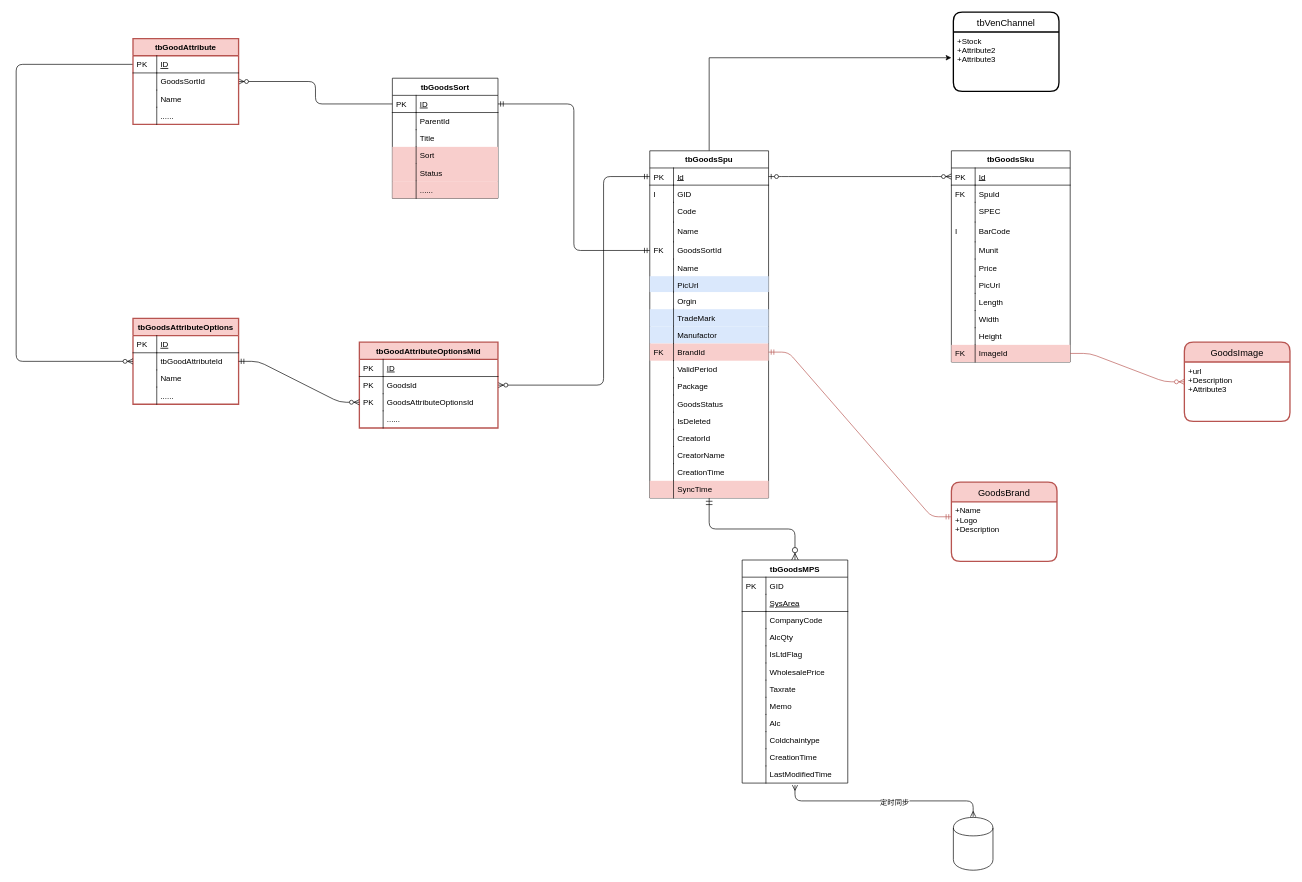
moxixuan/tbGoodsDesign keeps this draw.io diagram as 未命名绘图 的副本.drawio. Above is the earlier version. Source tidied: cells renumbered, new cells numbered last; positions are measured from the earlier drawing's top-left corner, leaving out a move shared by most shapes. Both pictures are drawn from the tidied source at 66%, with x=0, y=0 at pixel (16, 12).
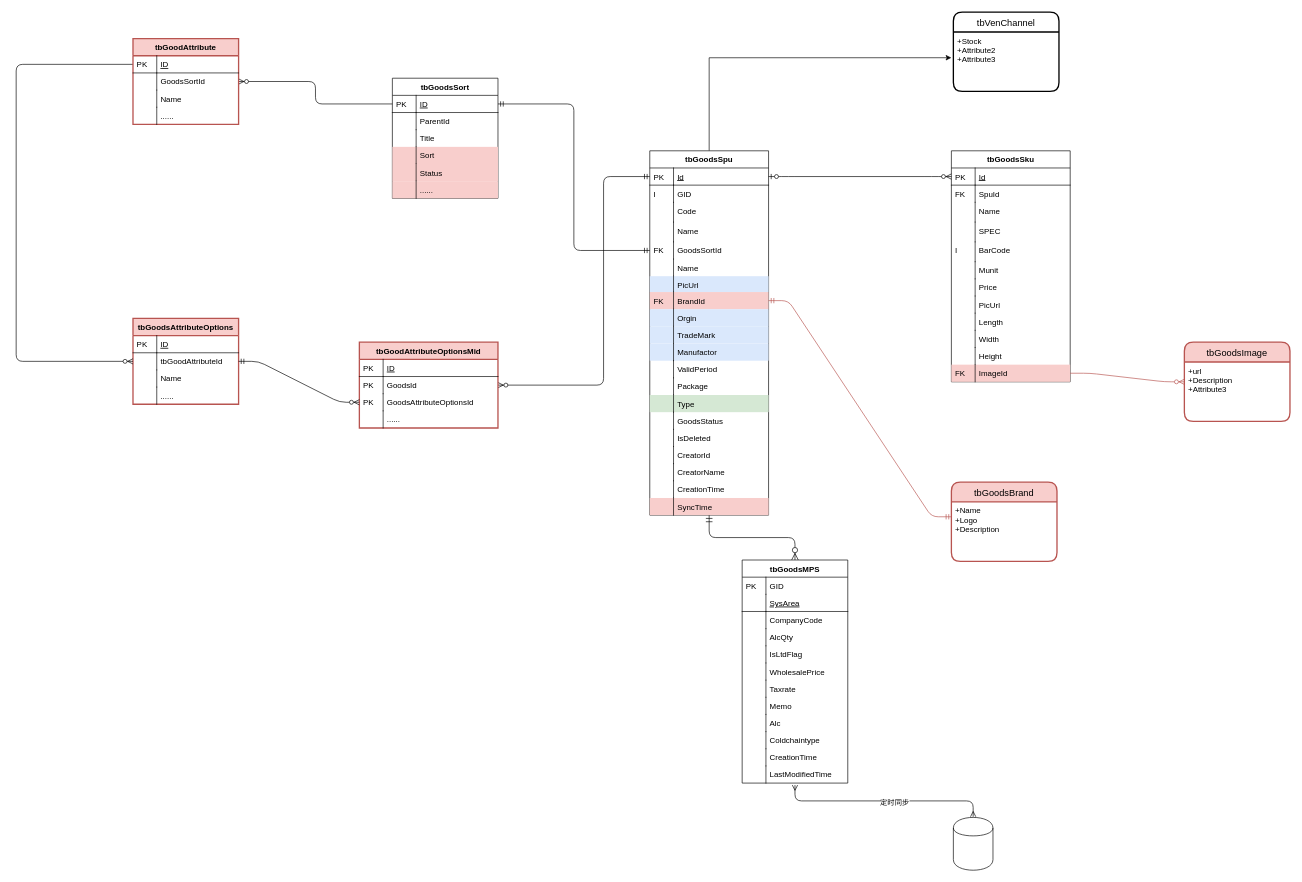
The same page after the edit.

Commit message:
更新未命名绘图 的副本.drawio

Change to the diagram source:
```diff
@@
     <mxCell id="4" value="tbGoodsSpu" style="swimlane;fontStyle=1;horizontal=1;startSize=26;rounded=0;shadow=0;strokeWidth=1;" parent="1" vertex="1">
-      <mxGeometry x="960" y="210" width="180" height="526" as="geometry" />
+      <mxGeometry x="960" y="210" width="180" height="552" as="geometry" />
     </mxCell>
@@
+    <mxCell id="25" value="BrandId" style="shape=partialRectangle;top=0;left=0;right=0;bottom=0;align=left;verticalAlign=top;fillColor=#f8cecc;spacingLeft=40;spacingRight=4;overflow=hidden;points=[[0,0.5],[1,0.5]];portConstraint=eastwest;rounded=0;shadow=0;strokeWidth=1;strokeColor=#b85450;" parent="4" vertex="1">
+      <mxGeometry y="214" width="180" height="26" as="geometry" />
+    </mxCell>
+    <mxCell id="26" value="FK" style="shape=partialRectangle;top=0;left=0;bottom=0;fillColor=none;align=left;verticalAlign=top;spacingLeft=4;spacingRight=4;overflow=hidden;" parent="25" vertex="1">
+      <mxGeometry width="36" height="26" as="geometry" />
+    </mxCell>
-    <mxCell id="19" value="Orgin" style="shape=partialRectangle;top=0;left=0;right=0;bottom=0;align=left;verticalAlign=top;fillColor=none;spacingLeft=40;spacingRight=4;overflow=hidden;rounded=0;shadow=0;strokeWidth=1;" parent="4" vertex="1">
-      <mxGeometry y="214" width="180" height="26" as="geometry" />
+    <mxCell id="19" value="Orgin" style="shape=partialRectangle;top=0;left=0;right=0;bottom=0;align=left;verticalAlign=top;fillColor=#dae8fc;spacingLeft=40;spacingRight=4;overflow=hidden;rounded=0;shadow=0;strokeWidth=1;strokeColor=#6c8ebf;" parent="4" vertex="1">
+      <mxGeometry y="240" width="180" height="26" as="geometry" />
     </mxCell>
@@
     <mxCell id="21" value="TradeMark" style="shape=partialRectangle;top=0;left=0;right=0;bottom=0;align=left;verticalAlign=top;fillColor=#dae8fc;spacingLeft=40;spacingRight=4;overflow=hidden;rounded=0;shadow=0;strokeWidth=1;strokeColor=#6c8ebf;" parent="4" vertex="1">
-      <mxGeometry y="240" width="180" height="26" as="geometry" />
+      <mxGeometry y="266" width="180" height="26" as="geometry" />
     </mxCell>
@@
     <mxCell id="23" value="Manufactor" style="shape=partialRectangle;top=0;left=0;right=0;bottom=0;align=left;verticalAlign=top;fillColor=#dae8fc;spacingLeft=40;spacingRight=4;overflow=hidden;rounded=0;shadow=0;strokeWidth=1;strokeColor=#6c8ebf;" parent="4" vertex="1">
-      <mxGeometry y="266" width="180" height="26" as="geometry" />
+      <mxGeometry y="292" width="180" height="26" as="geometry" />
     </mxCell>
@@
-    <mxCell id="25" value="BrandId" style="shape=partialRectangle;top=0;left=0;right=0;bottom=0;align=left;verticalAlign=top;fillColor=#f8cecc;spacingLeft=40;spacingRight=4;overflow=hidden;points=[[0,0.5],[1,0.5]];portConstraint=eastwest;rounded=0;shadow=0;strokeWidth=1;strokeColor=#b85450;" parent="4" vertex="1">
-      <mxGeometry y="292" width="180" height="26" as="geometry" />
-    </mxCell>
-    <mxCell id="26" value="FK" style="shape=partialRectangle;top=0;left=0;bottom=0;fillColor=none;align=left;verticalAlign=top;spacingLeft=4;spacingRight=4;overflow=hidden;" parent="25" vertex="1">
-      <mxGeometry width="36" height="26" as="geometry" />
-    </mxCell>
@@
+    <mxCell id="148" value="Type" style="shape=partialRectangle;top=0;left=0;right=0;bottom=0;align=left;verticalAlign=top;fillColor=#d5e8d4;spacingLeft=40;spacingRight=4;overflow=hidden;rounded=0;shadow=0;strokeWidth=1;strokeColor=#82b366;" parent="4" vertex="1">
+      <mxGeometry y="370" width="180" height="26" as="geometry" />
+    </mxCell>
+    <mxCell id="149" style="shape=partialRectangle;top=0;left=0;bottom=0;fillColor=none;align=left;verticalAlign=top;spacingLeft=4;spacingRight=4;overflow=hidden;" parent="148" vertex="1">
+      <mxGeometry width="36" height="26" as="geometry" />
+    </mxCell>
     <mxCell id="31" value="GoodsStatus" style="shape=partialRectangle;top=0;left=0;right=0;bottom=0;align=left;verticalAlign=top;fillColor=none;spacingLeft=40;spacingRight=4;overflow=hidden;rounded=0;shadow=0;strokeWidth=1;" parent="4" vertex="1">
-      <mxGeometry y="370" width="180" height="26" as="geometry" />
+      <mxGeometry y="396" width="180" height="26" as="geometry" />
     </mxCell>
@@
     <mxCell id="33" value="IsDeleted" style="shape=partialRectangle;top=0;left=0;right=0;bottom=0;align=left;verticalAlign=top;fillColor=none;spacingLeft=40;spacingRight=4;overflow=hidden;rounded=0;shadow=0;strokeWidth=1;" parent="4" vertex="1">
-      <mxGeometry y="396" width="180" height="26" as="geometry" />
+      <mxGeometry y="422" width="180" height="26" as="geometry" />
     </mxCell>
@@
     <mxCell id="35" value="CreatorId" style="shape=partialRectangle;top=0;left=0;right=0;bottom=0;align=left;verticalAlign=top;fillColor=none;spacingLeft=40;spacingRight=4;overflow=hidden;rounded=0;shadow=0;strokeWidth=1;" parent="4" vertex="1">
-      <mxGeometry y="422" width="180" height="26" as="geometry" />
+      <mxGeometry y="448" width="180" height="26" as="geometry" />
     </mxCell>
@@
     <mxCell id="37" value="CreatorName" style="shape=partialRectangle;top=0;left=0;right=0;bottom=0;align=left;verticalAlign=top;fillColor=none;spacingLeft=40;spacingRight=4;overflow=hidden;rounded=0;shadow=0;strokeWidth=1;" parent="4" vertex="1">
-      <mxGeometry y="448" width="180" height="26" as="geometry" />
+      <mxGeometry y="474" width="180" height="26" as="geometry" />
     </mxCell>
@@
     <mxCell id="39" value="CreationTime" style="shape=partialRectangle;top=0;left=0;right=0;bottom=0;align=left;verticalAlign=top;fillColor=none;spacingLeft=40;spacingRight=4;overflow=hidden;rounded=0;shadow=0;strokeWidth=1;" parent="4" vertex="1">
-      <mxGeometry y="474" width="180" height="26" as="geometry" />
+      <mxGeometry y="500" width="180" height="26" as="geometry" />
     </mxCell>
@@
     <mxCell id="41" value="SyncTime" style="shape=partialRectangle;top=0;left=0;right=0;bottom=0;align=left;verticalAlign=top;fillColor=#f8cecc;spacingLeft=40;spacingRight=4;overflow=hidden;rounded=0;shadow=0;strokeWidth=1;strokeColor=#b85450;" parent="4" vertex="1">
-      <mxGeometry y="500" width="180" height="26" as="geometry" />
+      <mxGeometry y="526" width="180" height="26" as="geometry" />
     </mxCell>
@@
     <mxCell id="43" value="tbGoodsSku" style="swimlane;fontStyle=1;horizontal=1;startSize=26;rounded=0;shadow=0;strokeWidth=1;" parent="1" vertex="1">
-      <mxGeometry x="1417" y="210" width="180" height="320" as="geometry" />
+      <mxGeometry x="1417" y="210" width="180" height="350" as="geometry" />
     </mxCell>
@@
+    <mxCell id="150" value="Name" style="shape=partialRectangle;top=0;left=0;right=0;bottom=0;align=left;verticalAlign=top;fillColor=none;spacingLeft=40;spacingRight=4;overflow=hidden;rounded=0;shadow=0;strokeWidth=1;" parent="43" vertex="1">
+      <mxGeometry y="78" width="180" height="30" as="geometry" />
+    </mxCell>
+    <mxCell id="151" style="shape=partialRectangle;top=0;left=0;bottom=0;fillColor=none;align=left;verticalAlign=top;spacingLeft=4;spacingRight=4;overflow=hidden;" parent="150" vertex="1">
+      <mxGeometry width="36" height="30" as="geometry" />
+    </mxCell>
     <mxCell id="48" value="SPEC" style="shape=partialRectangle;top=0;left=0;right=0;bottom=0;align=left;verticalAlign=top;fillColor=none;spacingLeft=40;spacingRight=4;overflow=hidden;rounded=0;shadow=0;strokeWidth=1;" parent="43" vertex="1">
-      <mxGeometry y="78" width="180" height="30" as="geometry" />
+      <mxGeometry y="108" width="180" height="30" as="geometry" />
     </mxCell>
@@
     <mxCell id="50" value="BarCode" style="shape=partialRectangle;top=0;left=0;right=0;bottom=0;align=left;verticalAlign=top;fillColor=none;spacingLeft=40;spacingRight=4;overflow=hidden;rounded=0;shadow=0;strokeWidth=1;" parent="43" vertex="1">
-      <mxGeometry y="108" width="180" height="30" as="geometry" />
+      <mxGeometry y="138" width="180" height="30" as="geometry" />
     </mxCell>
@@
     <mxCell id="52" value="Munit" style="shape=partialRectangle;top=0;left=0;right=0;bottom=0;align=left;verticalAlign=top;fillColor=none;spacingLeft=40;spacingRight=4;overflow=hidden;rounded=0;shadow=0;strokeWidth=1;" parent="43" vertex="1">
-      <mxGeometry y="138" width="180" height="26" as="geometry" />
+      <mxGeometry y="168" width="180" height="26" as="geometry" />
     </mxCell>
@@
     <mxCell id="54" value="Price" style="shape=partialRectangle;top=0;left=0;right=0;bottom=0;align=left;verticalAlign=top;fillColor=none;spacingLeft=40;spacingRight=4;overflow=hidden;rounded=0;shadow=0;strokeWidth=1;" parent="43" vertex="1">
-      <mxGeometry y="164" width="180" height="26" as="geometry" />
+      <mxGeometry y="194" width="180" height="26" as="geometry" />
     </mxCell>
@@
     <mxCell id="56" value="PicUrl" style="shape=partialRectangle;top=0;left=0;right=0;bottom=0;align=left;verticalAlign=top;fillColor=none;spacingLeft=40;spacingRight=4;overflow=hidden;rounded=0;shadow=0;strokeWidth=1;" parent="43" vertex="1">
-      <mxGeometry y="190" width="180" height="26" as="geometry" />
+      <mxGeometry y="220" width="180" height="26" as="geometry" />
     </mxCell>
@@
     <mxCell id="58" value="Length" style="shape=partialRectangle;top=0;left=0;right=0;bottom=0;align=left;verticalAlign=top;fillColor=none;spacingLeft=40;spacingRight=4;overflow=hidden;rounded=0;shadow=0;strokeWidth=1;" parent="43" vertex="1">
-      <mxGeometry y="216" width="180" height="26" as="geometry" />
+      <mxGeometry y="246" width="180" height="26" as="geometry" />
     </mxCell>
@@
     <mxCell id="60" value="Width" style="shape=partialRectangle;top=0;left=0;right=0;bottom=0;align=left;verticalAlign=top;fillColor=none;spacingLeft=40;spacingRight=4;overflow=hidden;rounded=0;shadow=0;strokeWidth=1;" parent="43" vertex="1">
-      <mxGeometry y="242" width="180" height="26" as="geometry" />
+      <mxGeometry y="272" width="180" height="26" as="geometry" />
     </mxCell>
@@
     <mxCell id="62" value="Height" style="shape=partialRectangle;top=0;left=0;right=0;bottom=0;align=left;verticalAlign=top;fillColor=none;spacingLeft=40;spacingRight=4;overflow=hidden;rounded=0;shadow=0;strokeWidth=1;" parent="43" vertex="1">
-      <mxGeometry y="268" width="180" height="26" as="geometry" />
+      <mxGeometry y="298" width="180" height="26" as="geometry" />
     </mxCell>
@@
     <mxCell id="64" value="ImageId" style="shape=partialRectangle;top=0;left=0;right=0;bottom=0;align=left;verticalAlign=top;fillColor=#f8cecc;spacingLeft=40;spacingRight=4;overflow=hidden;points=[[0,0.5],[1,0.5]];portConstraint=eastwest;rounded=0;shadow=0;strokeWidth=1;strokeColor=#b85450;" parent="43" vertex="1">
-      <mxGeometry y="294" width="180" height="26" as="geometry" />
+      <mxGeometry y="324" width="180" height="26" as="geometry" />
     </mxCell>
@@
-    <mxCell id="96" value="GoodsBrand" style="swimlane;horizontal=1;startSize=30;rounded=1;fontSize=14;fontStyle=0;strokeWidth=2;shadow=0;dashed=0;align=center;fillColor=#f8cecc;strokeColor=#b85450;" parent="1" vertex="1">
+    <mxCell id="96" value="tbGoodsBrand" style="swimlane;horizontal=1;startSize=30;rounded=1;fontSize=14;fontStyle=0;strokeWidth=2;shadow=0;dashed=0;align=center;fillColor=#f8cecc;strokeColor=#b85450;" parent="1" vertex="1">
       <mxGeometry x="1417" y="712" width="160" height="120" as="geometry" />
     </mxCell>
@@
-    <mxCell id="101" value="GoodsImage" style="swimlane;horizontal=1;startSize=30;rounded=1;fontSize=14;fontStyle=0;strokeWidth=2;shadow=0;dashed=0;align=center;fillColor=#f8cecc;strokeColor=#b85450;" parent="1" vertex="1">
+    <mxCell id="101" value="tbGoodsImage" style="swimlane;horizontal=1;startSize=30;rounded=1;fontSize=14;fontStyle=0;strokeWidth=2;shadow=0;dashed=0;align=center;fillColor=#f8cecc;strokeColor=#b85450;" parent="1" vertex="1">
       <mxGeometry x="1770" y="500" width="160" height="120" as="geometry" />
     </mxCell>
```
